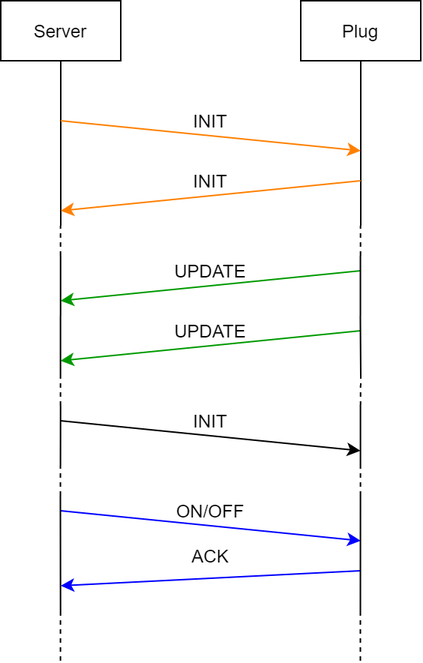
Before: paper/assets/plugserverinteraction.png, a diagram exported from draw.io (francescomagarotto/SmartPlugs-Wireless-Networks). Source tidied: cells renumbered, new cells last; positions are measured from the earlier drawing's top-left corner, leaving out a move shared by most shapes.
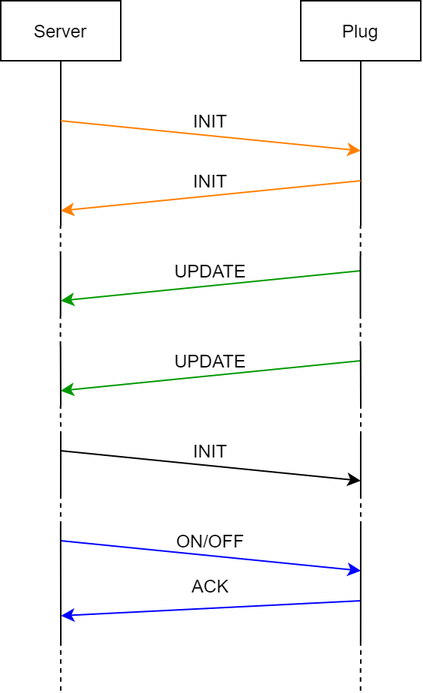
The same diagram one commit later.

Change to the diagram source:
```diff
@@ -38,39 +38,39 @@
     </mxCell>
     <mxCell id="10" style="endArrow=classic;html=1;strokeColor=#009900;" parent="1" edge="1">
       <mxGeometry relative="1" as="geometry">
-        <mxPoint x="239.9" y="180" as="sourcePoint" />
-        <mxPoint x="39.9" y="200" as="targetPoint" />
+        <mxPoint x="240" y="180" as="sourcePoint" />
+        <mxPoint x="40" y="200" as="targetPoint" />
       </mxGeometry>
     </mxCell>
     <mxCell id="11" value="UPDATE" style="text;html=1;strokeColor=none;fillColor=none;align=center;verticalAlign=middle;whiteSpace=wrap;rounded=0;" parent="1" vertex="1">
-      <mxGeometry x="120" y="170" width="40" height="20" as="geometry" />
+      <mxGeometry x="120.1" y="170" width="40" height="20" as="geometry" />
     </mxCell>
     <mxCell id="12" style="endArrow=classic;html=1;strokeColor=#0000FF;" parent="1" edge="1">
       <mxGeometry relative="1" as="geometry">
-        <mxPoint x="40" y="340" as="sourcePoint" />
-        <mxPoint x="240" y="360" as="targetPoint" />
+        <mxPoint x="40.1" y="360" as="sourcePoint" />
+        <mxPoint x="240.1" y="380" as="targetPoint" />
       </mxGeometry>
     </mxCell>
     <mxCell id="13" value="ON/OFF" style="text;html=1;strokeColor=none;fillColor=none;align=center;verticalAlign=middle;whiteSpace=wrap;rounded=0;" parent="1" vertex="1">
-      <mxGeometry x="120" y="330" width="40" height="20" as="geometry" />
+      <mxGeometry x="120.1" y="350" width="40" height="20" as="geometry" />
     </mxCell>
     <mxCell id="14" style="endArrow=classic;html=1;strokeColor=#0000FF;" parent="1" edge="1">
       <mxGeometry relative="1" as="geometry">
-        <mxPoint x="240" y="380" as="sourcePoint" />
-        <mxPoint x="40" y="390" as="targetPoint" />
+        <mxPoint x="240.2" y="400" as="sourcePoint" />
+        <mxPoint x="40.2" y="410" as="targetPoint" />
       </mxGeometry>
     </mxCell>
     <mxCell id="15" value="ACK" style="text;html=1;strokeColor=none;fillColor=none;align=center;verticalAlign=middle;whiteSpace=wrap;rounded=0;" parent="1" vertex="1">
-      <mxGeometry x="120" y="360" width="40" height="20" as="geometry" />
+      <mxGeometry x="120.1" y="380" width="40" height="20" as="geometry" />
     </mxCell>
     <mxCell id="16" style="endArrow=classic;html=1;" parent="1" edge="1">
       <mxGeometry relative="1" as="geometry">
-        <mxPoint x="39.8" y="280" as="sourcePoint" />
-        <mxPoint x="239.8" y="300" as="targetPoint" />
+        <mxPoint x="40" y="300" as="sourcePoint" />
+        <mxPoint x="240" y="320" as="targetPoint" />
       </mxGeometry>
     </mxCell>
     <mxCell id="17" value="INIT" style="text;html=1;strokeColor=none;fillColor=none;align=center;verticalAlign=middle;whiteSpace=wrap;rounded=0;" parent="1" vertex="1">
-      <mxGeometry x="119.8" y="270" width="40" height="20" as="geometry" />
+      <mxGeometry x="120" y="290" width="40" height="20" as="geometry" />
     </mxCell>
     <mxCell id="18" style="endArrow=none;html=1;" parent="1" edge="1">
       <mxGeometry relative="1" as="geometry">
@@ -80,14 +80,14 @@
     </mxCell>
     <mxCell id="19" style="endArrow=none;html=1;" parent="1" edge="1">
       <mxGeometry relative="1" as="geometry">
-        <mxPoint x="39.8" y="310" as="sourcePoint" />
-        <mxPoint x="39.9" y="270" as="targetPoint" />
+        <mxPoint x="40" y="330" as="sourcePoint" />
+        <mxPoint x="40" y="290" as="targetPoint" />
       </mxGeometry>
     </mxCell>
     <mxCell id="20" style="endArrow=none;html=1;" parent="1" edge="1">
       <mxGeometry relative="1" as="geometry">
-        <mxPoint x="39.9" y="410" as="sourcePoint" />
-        <mxPoint x="39.8" y="330" as="targetPoint" />
+        <mxPoint x="40" y="430" as="sourcePoint" />
+        <mxPoint x="39.9" y="350" as="targetPoint" />
       </mxGeometry>
     </mxCell>
     <mxCell id="21" style="endArrow=none;html=1;" parent="1" edge="1">
@@ -98,14 +98,14 @@
     </mxCell>
     <mxCell id="22" style="endArrow=none;html=1;" parent="1" edge="1">
       <mxGeometry relative="1" as="geometry">
-        <mxPoint x="239.8" y="310" as="sourcePoint" />
-        <mxPoint x="239.8" y="270" as="targetPoint" />
+        <mxPoint x="240" y="330" as="sourcePoint" />
+        <mxPoint x="240" y="290" as="targetPoint" />
       </mxGeometry>
     </mxCell>
     <mxCell id="23" style="endArrow=none;html=1;" parent="1" edge="1">
       <mxGeometry relative="1" as="geometry">
-        <mxPoint x="239.8" y="410" as="sourcePoint" />
-        <mxPoint x="239.8" y="330" as="targetPoint" />
+        <mxPoint x="239.9" y="430" as="sourcePoint" />
+        <mxPoint x="240" y="350" as="targetPoint" />
       </mxGeometry>
     </mxCell>
     <mxCell id="24" style="endArrow=none;dashed=1;html=1;" parent="1" edge="1">
@@ -122,60 +122,72 @@
     </mxCell>
     <mxCell id="26" style="endArrow=none;dashed=1;html=1;" parent="1" edge="1">
       <mxGeometry relative="1" as="geometry">
-        <mxPoint x="39.8" y="270" as="sourcePoint" />
-        <mxPoint x="39.8" y="250" as="targetPoint" />
+        <mxPoint x="40" y="290" as="sourcePoint" />
+        <mxPoint x="39.9" y="270" as="targetPoint" />
       </mxGeometry>
     </mxCell>
     <mxCell id="27" style="endArrow=none;dashed=1;html=1;" parent="1" edge="1">
       <mxGeometry relative="1" as="geometry">
-        <mxPoint x="39.8" y="330" as="sourcePoint" />
-        <mxPoint x="39.8" y="310" as="targetPoint" />
+        <mxPoint x="39.9" y="350" as="sourcePoint" />
+        <mxPoint x="39.9" y="330" as="targetPoint" />
       </mxGeometry>
     </mxCell>
     <mxCell id="28" style="endArrow=none;dashed=1;html=1;" parent="1" edge="1">
       <mxGeometry relative="1" as="geometry">
-        <mxPoint x="239.8" y="270" as="sourcePoint" />
-        <mxPoint x="240" y="250" as="targetPoint" />
+        <mxPoint x="240" y="290" as="sourcePoint" />
+        <mxPoint x="240" y="270" as="targetPoint" />
       </mxGeometry>
     </mxCell>
     <mxCell id="29" style="endArrow=none;dashed=1;html=1;" parent="1" edge="1">
       <mxGeometry relative="1" as="geometry">
-        <mxPoint x="239.8" y="330" as="sourcePoint" />
-        <mxPoint x="239.8" y="310" as="targetPoint" />
+        <mxPoint x="240" y="350" as="sourcePoint" />
+        <mxPoint x="240" y="330" as="targetPoint" />
       </mxGeometry>
     </mxCell>
     <mxCell id="30" style="endArrow=none;dashed=1;html=1;" parent="1" edge="1">
       <mxGeometry relative="1" as="geometry">
-        <mxPoint x="39.8" y="440" as="sourcePoint" />
-        <mxPoint x="39.8" y="410" as="targetPoint" />
+        <mxPoint x="40" y="460" as="sourcePoint" />
+        <mxPoint x="40" y="430" as="targetPoint" />
       </mxGeometry>
     </mxCell>
     <mxCell id="31" style="endArrow=none;dashed=1;html=1;" parent="1" edge="1">
       <mxGeometry relative="1" as="geometry">
-        <mxPoint x="239.7" y="440" as="sourcePoint" />
-        <mxPoint x="239.8" y="410" as="targetPoint" />
+        <mxPoint x="239.9" y="460" as="sourcePoint" />
+        <mxPoint x="240" y="430" as="targetPoint" />
       </mxGeometry>
     </mxCell>
     <mxCell id="32" style="endArrow=classic;html=1;strokeColor=#009900;" parent="1" edge="1">
       <mxGeometry relative="1" as="geometry">
-        <mxPoint x="239.8" y="220" as="sourcePoint" />
-        <mxPoint x="39.8" y="240" as="targetPoint" />
+        <mxPoint x="239.9" y="240" as="sourcePoint" />
+        <mxPoint x="39.9" y="260" as="targetPoint" />
       </mxGeometry>
     </mxCell>
     <mxCell id="33" value="UPDATE" style="text;html=1;strokeColor=none;fillColor=none;align=center;verticalAlign=middle;whiteSpace=wrap;rounded=0;" parent="1" vertex="1">
-      <mxGeometry x="119.9" y="210" width="40" height="20" as="geometry" />
+      <mxGeometry x="119.9" y="230" width="40" height="20" as="geometry" />
     </mxCell>
-    <mxCell id="34" style="endArrow=none;html=1;" parent="1" edge="1">
+    <mxCell id="34" style="endArrow=none;dashed=1;html=1;" parent="1" edge="1">
       <mxGeometry relative="1" as="geometry">
-        <mxPoint x="39.8" y="250" as="sourcePoint" />
+        <mxPoint x="39.8" y="230" as="sourcePoint" />
         <mxPoint x="39.8" y="210" as="targetPoint" />
       </mxGeometry>
     </mxCell>
-    <mxCell id="35" style="endArrow=none;html=1;" parent="1" edge="1">
+    <mxCell id="35" style="endArrow=none;dashed=1;html=1;" parent="1" edge="1">
       <mxGeometry relative="1" as="geometry">
-        <mxPoint x="240" y="250" as="sourcePoint" />
-        <mxPoint x="239.7" y="210" as="targetPoint" />
+        <mxPoint x="239.8" y="230" as="sourcePoint" />
+        <mxPoint x="239.8" y="210" as="targetPoint" />
       </mxGeometry>
     </mxCell>
+    <mxCell id="36" style="endArrow=none;html=1;" parent="1" edge="1">
+      <mxGeometry relative="1" as="geometry">
+        <mxPoint x="40" y="270" as="sourcePoint" />
+        <mxPoint x="39.9" y="230" as="targetPoint" />
+      </mxGeometry>
+    </mxCell>
+    <mxCell id="37" style="endArrow=none;html=1;" parent="1" edge="1">
+      <mxGeometry relative="1" as="geometry">
+        <mxPoint x="240" y="270" as="sourcePoint" />
+        <mxPoint x="239.9" y="230" as="targetPoint" />
+      </mxGeometry>
+    </mxCell>
   </root>
 </mxGraphModel>
```
